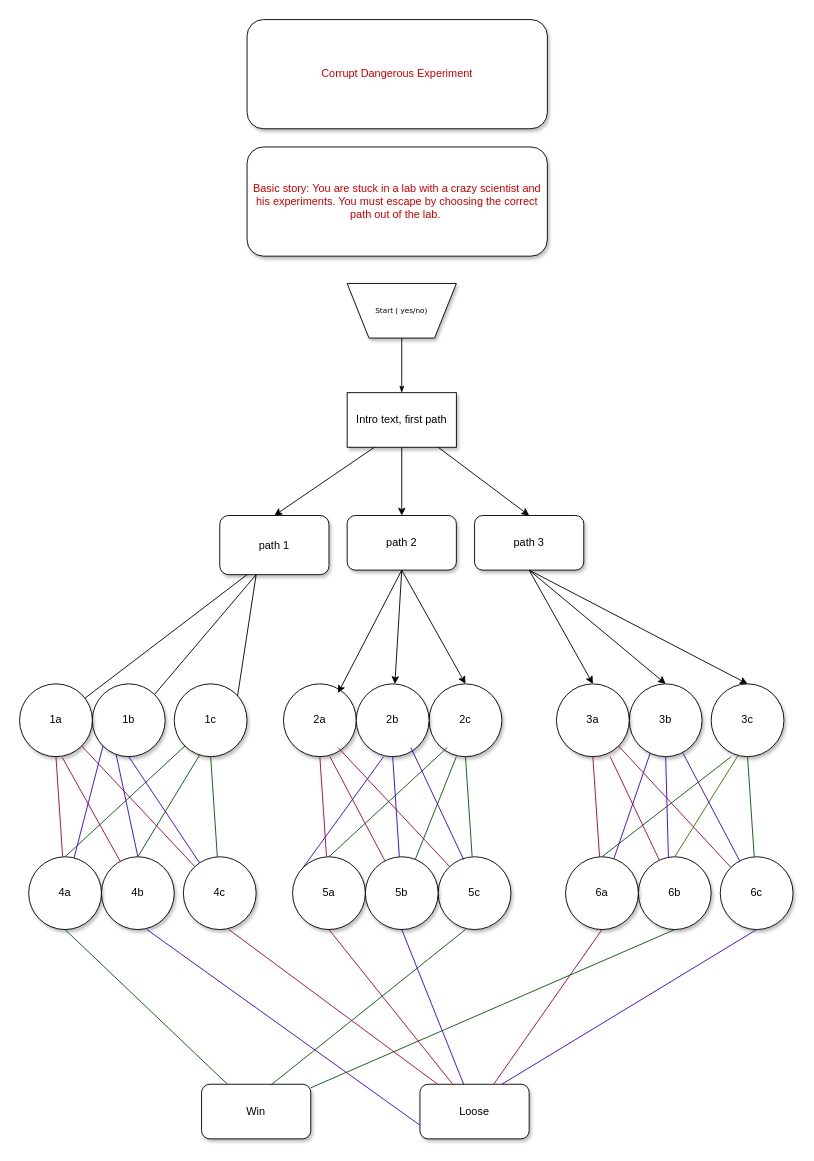
Above: TextAdventure.drawio in andromedamoon-stack/diagrams (draw.io), before the change. Source tidied: cells renumbered, new cells numbered last; positions are measured from the earlier drawing's top-left corner, leaving out a move shared by most shapes. Both pictures are drawn from the tidied source at 91%, with x=0, y=0 at pixel (19, 19).
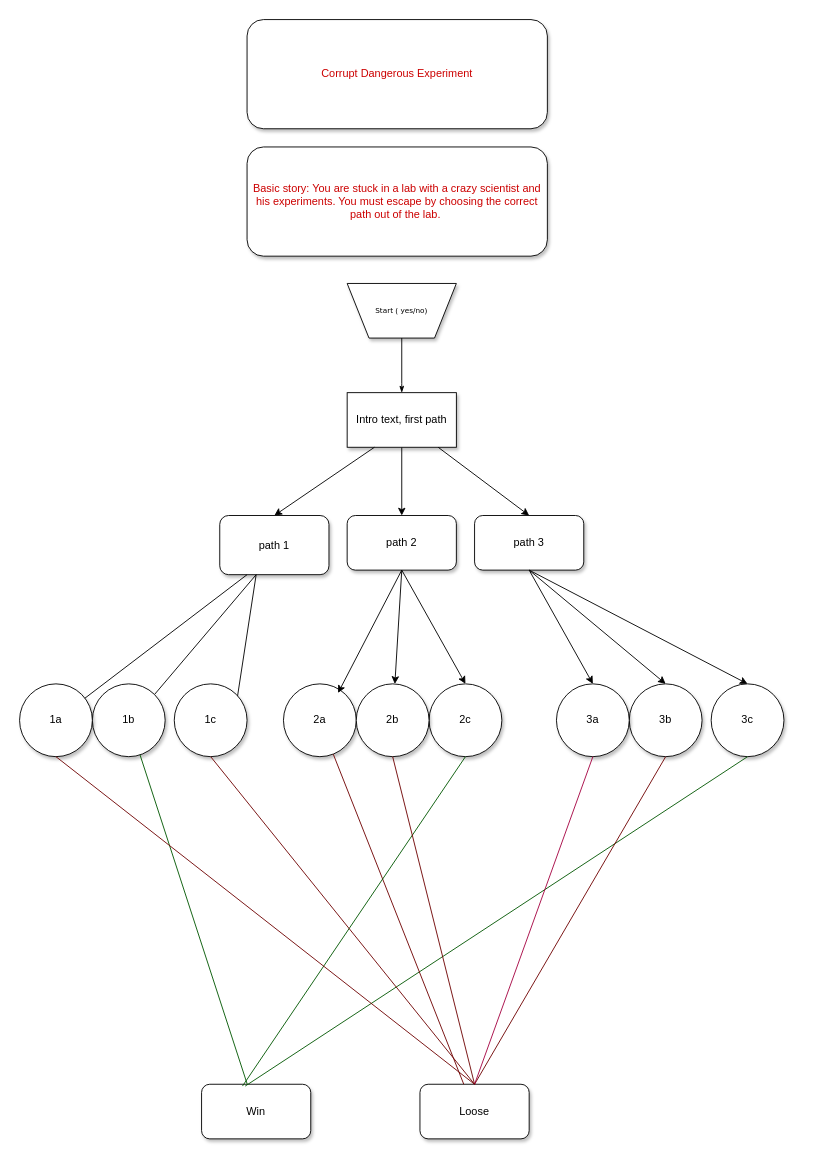
After the change.

The change refers to these unchanged cells:
```xml
<mxCell id="12" value="1c" style="ellipse;whiteSpace=wrap;html=1;shadow=1;" parent="1" vertex="1">
  <mxGeometry x="170" y="730" width="80" height="80" as="geometry" />
</mxCell>
<mxCell id="13" value="1b" style="ellipse;whiteSpace=wrap;html=1;shadow=1;" parent="1" vertex="1">
  <mxGeometry x="80" y="730" width="80" height="80" as="geometry" />
</mxCell>
<mxCell id="14" value="1a" style="ellipse;whiteSpace=wrap;html=1;shadow=1;" parent="1" vertex="1">
  <mxGeometry y="730" width="80" height="80" as="geometry" />
</mxCell>
<mxCell id="16" value="2a" style="ellipse;whiteSpace=wrap;html=1;shadow=1;" parent="1" vertex="1">
  <mxGeometry x="290" y="730" width="80" height="80" as="geometry" />
</mxCell>
<mxCell id="17" value="2c" style="ellipse;whiteSpace=wrap;html=1;shadow=1;" parent="1" vertex="1">
  <mxGeometry x="450" y="730" width="80" height="80" as="geometry" />
</mxCell>
<mxCell id="18" value="2b" style="ellipse;whiteSpace=wrap;html=1;shadow=1;" parent="1" vertex="1">
  <mxGeometry x="370" y="730" width="80" height="80" as="geometry" />
</mxCell>
<mxCell id="22" value="3c" style="ellipse;whiteSpace=wrap;html=1;shadow=1;" parent="1" vertex="1">
  <mxGeometry x="760" y="730" width="80" height="80" as="geometry" />
</mxCell>
<mxCell id="23" value="3b" style="ellipse;whiteSpace=wrap;html=1;shadow=1;" parent="1" vertex="1">
  <mxGeometry x="670" y="730" width="80" height="80" as="geometry" />
</mxCell>
<mxCell id="24" value="3a" style="ellipse;whiteSpace=wrap;html=1;shadow=1;" parent="1" vertex="1">
  <mxGeometry x="590" y="730" width="80" height="80" as="geometry" />
</mxCell>
<mxCell id="28" value="Loose" style="rounded=1;whiteSpace=wrap;html=1;shadow=1;" parent="1" vertex="1">
  <mxGeometry x="440" y="1170" width="120" height="60" as="geometry" />
</mxCell>
<mxCell id="29" value="Win" style="rounded=1;whiteSpace=wrap;html=1;shadow=1;" parent="1" vertex="1">
  <mxGeometry x="200" y="1170" width="120" height="60" as="geometry" />
</mxCell>
```

What changed in the source:
```diff
@@
-    <mxCell id="30" value="4c" style="ellipse;whiteSpace=wrap;html=1;shadow=1;" parent="1" vertex="1">
-      <mxGeometry x="180" y="920" width="80" height="80" as="geometry" />
-    </mxCell>
-    <mxCell id="31" value="4b" style="ellipse;whiteSpace=wrap;html=1;shadow=1;" parent="1" vertex="1">
-      <mxGeometry x="90" y="920" width="80" height="80" as="geometry" />
-    </mxCell>
-    <mxCell id="32" value="4a" style="ellipse;whiteSpace=wrap;html=1;shadow=1;" parent="1" vertex="1">
-      <mxGeometry x="10" y="920" width="80" height="80" as="geometry" />
-    </mxCell>
-    <mxCell id="33" value="5a" style="ellipse;whiteSpace=wrap;html=1;shadow=1;" parent="1" vertex="1">
-      <mxGeometry x="300" y="920" width="80" height="80" as="geometry" />
-    </mxCell>
-    <mxCell id="34" value="5c" style="ellipse;whiteSpace=wrap;html=1;shadow=1;" parent="1" vertex="1">
-      <mxGeometry x="460" y="920" width="80" height="80" as="geometry" />
-    </mxCell>
-    <mxCell id="35" value="5b" style="ellipse;whiteSpace=wrap;html=1;shadow=1;" parent="1" vertex="1">
-      <mxGeometry x="380" y="920" width="80" height="80" as="geometry" />
-    </mxCell>
-    <mxCell id="36" value="6c" style="ellipse;whiteSpace=wrap;html=1;shadow=1;" parent="1" vertex="1">
-      <mxGeometry x="770" y="920" width="80" height="80" as="geometry" />
-    </mxCell>
-    <mxCell id="37" value="6b" style="ellipse;whiteSpace=wrap;html=1;shadow=1;" parent="1" vertex="1">
-      <mxGeometry x="680" y="920" width="80" height="80" as="geometry" />
-    </mxCell>
-    <mxCell id="38" value="6a" style="ellipse;whiteSpace=wrap;html=1;shadow=1;" parent="1" vertex="1">
-      <mxGeometry x="600" y="920" width="80" height="80" as="geometry" />
-    </mxCell>
-    <mxCell id="39" style="endArrow=none;html=1;rounded=0;entryX=0.5;entryY=1;entryDx=0;entryDy=0;fillColor=#d80073;strokeColor=#A50040;" parent="1" edge="1" source="28" target="38">
-      <mxGeometry relative="1" as="geometry" />
-    </mxCell>
-    <mxCell id="40" style="endArrow=none;html=1;rounded=0;fillColor=#008a00;strokeColor=#005700;" parent="1" edge="1" source="29">
-      <mxGeometry relative="1" as="geometry">
-        <mxPoint x="720" y="1000" as="targetPoint" />
-      </mxGeometry>
-    </mxCell>
-    <mxCell id="41" style="endArrow=none;html=1;rounded=0;exitX=0.75;exitY=0;exitDx=0;exitDy=0;fillColor=#6a00ff;strokeColor=#3700CC;" parent="1" edge="1" source="28">
-      <mxGeometry relative="1" as="geometry">
-        <mxPoint x="810" y="1000" as="targetPoint" />
-      </mxGeometry>
-    </mxCell>
-    <mxCell id="42" style="endArrow=none;html=1;rounded=0;exitX=0.633;exitY=0.017;exitDx=0;exitDy=0;exitPerimeter=0;fillColor=#008a00;strokeColor=#005700;" parent="1" edge="1" source="29">
-      <mxGeometry relative="1" as="geometry">
-        <mxPoint x="490" y="1000" as="targetPoint" />
-      </mxGeometry>
-    </mxCell>
-    <mxCell id="43" style="endArrow=none;html=1;rounded=0;fillColor=#6a00ff;strokeColor=#3700CC;" parent="1" edge="1" source="28">
-      <mxGeometry relative="1" as="geometry">
-        <mxPoint x="420" y="1000" as="targetPoint" />
-      </mxGeometry>
-    </mxCell>
-    <mxCell id="44" style="endArrow=none;html=1;rounded=0;fillColor=#d80073;strokeColor=#A50040;" parent="1" edge="1" source="28">
-      <mxGeometry relative="1" as="geometry">
-        <mxPoint x="340" y="1000" as="targetPoint" />
-      </mxGeometry>
-    </mxCell>
-    <mxCell id="45" style="endArrow=none;html=1;rounded=0;fillColor=#d80073;strokeColor=#A50040;" parent="1" edge="1" source="28">
-      <mxGeometry relative="1" as="geometry">
-        <mxPoint x="230" y="1000" as="targetPoint" />
-      </mxGeometry>
-    </mxCell>
-    <mxCell id="46" style="endArrow=none;html=1;rounded=0;exitX=0;exitY=0.75;exitDx=0;exitDy=0;fillColor=#6a00ff;strokeColor=#3700CC;" parent="1" edge="1" source="28">
-      <mxGeometry relative="1" as="geometry">
-        <mxPoint x="140" y="1000" as="targetPoint" />
-      </mxGeometry>
-    </mxCell>
-    <mxCell id="47" style="endArrow=none;html=1;rounded=0;fillColor=#008a00;strokeColor=#005700;" parent="1" edge="1" source="29">
-      <mxGeometry relative="1" as="geometry">
-        <mxPoint x="50" y="1000" as="targetPoint" />
-      </mxGeometry>
-    </mxCell>
-    <mxCell id="48" style="endArrow=none;html=1;rounded=0;entryX=0.5;entryY=1;entryDx=0;entryDy=0;fillColor=#008a00;strokeColor=#005700;" parent="1" edge="1" source="36" target="22">
+    <mxCell id="48" style="endArrow=none;html=1;rounded=0;entryX=0.5;entryY=1;entryDx=0;entryDy=0;fillColor=#008a00;strokeColor=#005700;exitX=0.4;exitY=0.033;exitDx=0;exitDy=0;exitPerimeter=0;" parent="1" edge="1" source="29" target="22">
       <mxGeometry relative="1" as="geometry" />
     </mxCell>
-    <mxCell id="49" style="endArrow=none;html=1;rounded=0;fillColor=#008a00;strokeColor=#005700;" parent="1" edge="1" source="34">
-      <mxGeometry relative="1" as="geometry">
-        <mxPoint x="490" y="810" as="targetPoint" />
-      </mxGeometry>
+    <mxCell id="49" style="endArrow=none;html=1;rounded=0;fillColor=#a20025;strokeColor=#6F0000;" parent="1" edge="1" source="28" target="16">
+      <mxGeometry relative="1" as="geometry" />
     </mxCell>
-    <mxCell id="50" style="endArrow=none;html=1;rounded=0;fillColor=#008a00;strokeColor=#005700;" parent="1" edge="1" source="35">
-      <mxGeometry relative="1" as="geometry">
-        <mxPoint x="480" y="810" as="targetPoint" />
-      </mxGeometry>
-    </mxCell>
-    <mxCell id="51" style="endArrow=none;html=1;rounded=0;exitX=0.5;exitY=0;exitDx=0;exitDy=0;fillColor=#008a00;strokeColor=#005700;" parent="1" edge="1" source="33">
-      <mxGeometry relative="1" as="geometry">
-        <mxPoint x="470" y="800" as="targetPoint" />
-      </mxGeometry>
-    </mxCell>
-    <mxCell id="52" style="endArrow=none;html=1;rounded=0;fontColor=#CC0000;fillColor=#d80073;strokeColor=#A50040;" parent="1" edge="1" target="33">
-      <mxGeometry relative="1" as="geometry">
-        <mxPoint x="330" y="810" as="sourcePoint" />
-      </mxGeometry>
+    <mxCell id="52" style="endArrow=none;html=1;rounded=0;fontColor=#CC0000;fillColor=#008a00;strokeColor=#005700;entryX=0.375;entryY=0.033;entryDx=0;entryDy=0;entryPerimeter=0;exitX=0.5;exitY=1;exitDx=0;exitDy=0;" parent="1" edge="1" source="17" target="29">
+      <mxGeometry relative="1" as="geometry" />
     </mxCell>
-    <mxCell id="53" style="endArrow=none;html=1;rounded=0;entryX=0.638;entryY=1;entryDx=0;entryDy=0;entryPerimeter=0;fillColor=#d80073;strokeColor=#A50040;" parent="1" edge="1" source="35" target="16">
-      <mxGeometry relative="1" as="geometry" />
-    </mxCell>
-    <mxCell id="54" style="endArrow=none;html=1;rounded=0;fillColor=#d80073;strokeColor=#A50040;" parent="1" edge="1" source="34">
-      <mxGeometry relative="1" as="geometry">
-        <mxPoint x="350" y="800" as="targetPoint" />
-      </mxGeometry>
-    </mxCell>
-    <mxCell id="55" style="endArrow=none;html=1;rounded=0;entryX=0.5;entryY=1;entryDx=0;entryDy=0;fillColor=#6a00ff;strokeColor=#3700CC;" parent="1" edge="1" source="35" target="18">
-      <mxGeometry relative="1" as="geometry" />
-    </mxCell>
-    <mxCell id="56" style="endArrow=none;html=1;rounded=0;exitX=0;exitY=0;exitDx=0;exitDy=0;fillColor=#6a00ff;strokeColor=#3700CC;" parent="1" edge="1" source="33">
-      <mxGeometry relative="1" as="geometry">
-        <mxPoint x="400" y="810" as="targetPoint" />
-      </mxGeometry>
-    </mxCell>
-    <mxCell id="57" style="endArrow=none;html=1;rounded=0;exitX=0.35;exitY=0.038;exitDx=0;exitDy=0;exitPerimeter=0;fillColor=#6a00ff;strokeColor=#3700CC;" parent="1" edge="1" source="34">
+    <mxCell id="57" style="endArrow=none;html=1;rounded=0;exitX=0.5;exitY=0;exitDx=0;exitDy=0;fillColor=#a20025;strokeColor=#6F0000;" parent="1" edge="1" source="28">
       <mxGeometry relative="1" as="geometry">
-        <mxPoint x="430" y="800" as="targetPoint" />
+        <mxPoint x="410" y="810" as="targetPoint" />
       </mxGeometry>
     </mxCell>
-    <mxCell id="58" style="endArrow=none;html=1;rounded=0;fontColor=#CC0000;fillColor=#60a917;strokeColor=#2D7600;exitX=0.5;exitY=0;exitDx=0;exitDy=0;entryX=0.375;entryY=0.975;entryDx=0;entryDy=0;entryPerimeter=0;" parent="1" edge="1" source="37" target="22">
-      <mxGeometry relative="1" as="geometry" />
-    </mxCell>
-    <mxCell id="59" style="endArrow=none;html=1;rounded=0;fontColor=#CC0000;entryX=0.275;entryY=1;entryDx=0;entryDy=0;entryPerimeter=0;exitX=0.5;exitY=0;exitDx=0;exitDy=0;fillColor=#008a00;strokeColor=#005700;" parent="1" edge="1" source="38" target="22">
-      <mxGeometry relative="1" as="geometry" />
-    </mxCell>
-    <mxCell id="60" style="endArrow=none;html=1;rounded=0;fontColor=#CC0000;fillColor=#6a00ff;strokeColor=#3700CC;" parent="1" edge="1" source="36" target="23">
-      <mxGeometry relative="1" as="geometry" />
-    </mxCell>
-    <mxCell id="61" style="endArrow=none;html=1;rounded=0;fontColor=#CC0000;entryX=0.5;entryY=1;entryDx=0;entryDy=0;exitX=0.413;exitY=0.013;exitDx=0;exitDy=0;exitPerimeter=0;fillColor=#6a00ff;strokeColor=#3700CC;" parent="1" edge="1" source="37" target="23">
-      <mxGeometry relative="1" as="geometry" />
+    <mxCell id="61" style="endArrow=none;html=1;rounded=0;fontColor=#CC0000;entryX=0.5;entryY=1;entryDx=0;entryDy=0;fillColor=#a20025;strokeColor=#6F0000;" parent="1" edge="1" target="23">
+      <mxGeometry relative="1" as="geometry">
+        <mxPoint x="500" y="1170" as="sourcePoint" />
+      </mxGeometry>
     </mxCell>
-    <mxCell id="62" style="endArrow=none;html=1;rounded=0;fontColor=#CC0000;entryX=0.288;entryY=0.95;entryDx=0;entryDy=0;entryPerimeter=0;fillColor=#6a00ff;strokeColor=#3700CC;" parent="1" edge="1" source="38" target="23">
-      <mxGeometry relative="1" as="geometry" />
-    </mxCell>
-    <mxCell id="63" style="endArrow=none;html=1;rounded=0;fontColor=#CC0000;entryX=0.5;entryY=1;entryDx=0;entryDy=0;fillColor=#d80073;strokeColor=#A50040;" parent="1" edge="1" source="38" target="24">
+    <mxCell id="63" style="endArrow=none;html=1;rounded=0;fontColor=#CC0000;entryX=0.5;entryY=1;entryDx=0;entryDy=0;fillColor=#d80073;strokeColor=#A50040;exitX=0.5;exitY=0;exitDx=0;exitDy=0;" parent="1" edge="1" source="28" target="24">
       <mxGeometry relative="1" as="geometry" />
     </mxCell>
-    <mxCell id="64" style="endArrow=none;html=1;rounded=0;fontColor=#CC0000;entryX=0.738;entryY=1;entryDx=0;entryDy=0;entryPerimeter=0;fillColor=#d80073;strokeColor=#A50040;" parent="1" edge="1" source="37" target="24">
-      <mxGeometry relative="1" as="geometry" />
-    </mxCell>
-    <mxCell id="65" style="endArrow=none;html=1;rounded=0;fontColor=#CC0000;entryX=1;entryY=1;entryDx=0;entryDy=0;exitX=0;exitY=0;exitDx=0;exitDy=0;fillColor=#d80073;strokeColor=#A50040;" parent="1" edge="1" source="36" target="24">
-      <mxGeometry relative="1" as="geometry" />
-    </mxCell>
-    <mxCell id="66" style="endArrow=none;html=1;rounded=0;fontColor=#CC0000;entryX=0.5;entryY=1;entryDx=0;entryDy=0;fillColor=#008a00;strokeColor=#005700;" parent="1" edge="1" source="30" target="12">
+    <mxCell id="66" style="endArrow=none;html=1;rounded=0;fontColor=#CC0000;entryX=0.5;entryY=1;entryDx=0;entryDy=0;fillColor=#a20025;strokeColor=#6F0000;exitX=0.5;exitY=0;exitDx=0;exitDy=0;" parent="1" edge="1" source="28" target="12">
       <mxGeometry relative="1" as="geometry" />
     </mxCell>
-    <mxCell id="67" style="endArrow=none;html=1;rounded=0;fontColor=#CC0000;entryX=0.35;entryY=0.975;entryDx=0;entryDy=0;exitX=0.5;exitY=0;exitDx=0;exitDy=0;entryPerimeter=0;fillColor=#008a00;strokeColor=#005700;" parent="1" edge="1" source="31" target="12">
-      <mxGeometry relative="1" as="geometry" />
-    </mxCell>
-    <mxCell id="68" style="endArrow=none;html=1;rounded=0;fontColor=#CC0000;exitX=0.5;exitY=0;exitDx=0;exitDy=0;entryX=0;entryY=1;entryDx=0;entryDy=0;fillColor=#008a00;strokeColor=#005700;" parent="1" edge="1" source="32" target="12">
-      <mxGeometry relative="1" as="geometry" />
-    </mxCell>
-    <mxCell id="69" style="endArrow=none;html=1;rounded=0;fontColor=#CC0000;entryX=0.5;entryY=1;entryDx=0;entryDy=0;fillColor=#6a00ff;strokeColor=#3700CC;" parent="1" edge="1" source="30" target="13">
-      <mxGeometry relative="1" as="geometry" />
-    </mxCell>
-    <mxCell id="70" style="endArrow=none;html=1;rounded=0;fontColor=#CC0000;entryX=0.325;entryY=0.963;entryDx=0;entryDy=0;entryPerimeter=0;exitX=0.5;exitY=0;exitDx=0;exitDy=0;fillColor=#6a00ff;strokeColor=#3700CC;" parent="1" edge="1" source="31" target="13">
-      <mxGeometry relative="1" as="geometry" />
-    </mxCell>
-    <mxCell id="71" style="endArrow=none;html=1;rounded=0;fontColor=#CC0000;entryX=0.5;entryY=1;entryDx=0;entryDy=0;fillColor=#d80073;strokeColor=#A50040;" parent="1" edge="1" source="32" target="14">
-      <mxGeometry relative="1" as="geometry" />
-    </mxCell>
-    <mxCell id="72" style="endArrow=none;html=1;rounded=0;fontColor=#CC0000;entryX=0;entryY=1;entryDx=0;entryDy=0;fillColor=#6a00ff;strokeColor=#3700CC;" parent="1" edge="1" source="32" target="13">
+    <mxCell id="72" style="endArrow=none;html=1;rounded=0;fontColor=#CC0000;fillColor=#008a00;strokeColor=#005700;" parent="1" edge="1" source="29" target="13">
       <mxGeometry relative="1" as="geometry" />
     </mxCell>
-    <mxCell id="73" style="endArrow=none;html=1;rounded=0;fontColor=#CC0000;entryX=0.588;entryY=1.013;entryDx=0;entryDy=0;entryPerimeter=0;fillColor=#d80073;strokeColor=#A50040;" parent="1" edge="1" source="31" target="14">
-      <mxGeometry relative="1" as="geometry" />
-    </mxCell>
-    <mxCell id="74" style="endArrow=none;html=1;rounded=0;fontColor=#CC0000;entryX=1;entryY=1;entryDx=0;entryDy=0;fillColor=#d80073;strokeColor=#A50040;" parent="1" edge="1" source="30" target="14">
+    <mxCell id="74" style="endArrow=none;html=1;rounded=0;fontColor=#CC0000;fillColor=#a20025;strokeColor=#6F0000;exitX=0.5;exitY=0;exitDx=0;exitDy=0;entryX=0.5;entryY=1;entryDx=0;entryDy=0;" parent="1" edge="1" source="28" target="14">
       <mxGeometry relative="1" as="geometry" />
     </mxCell>
```
